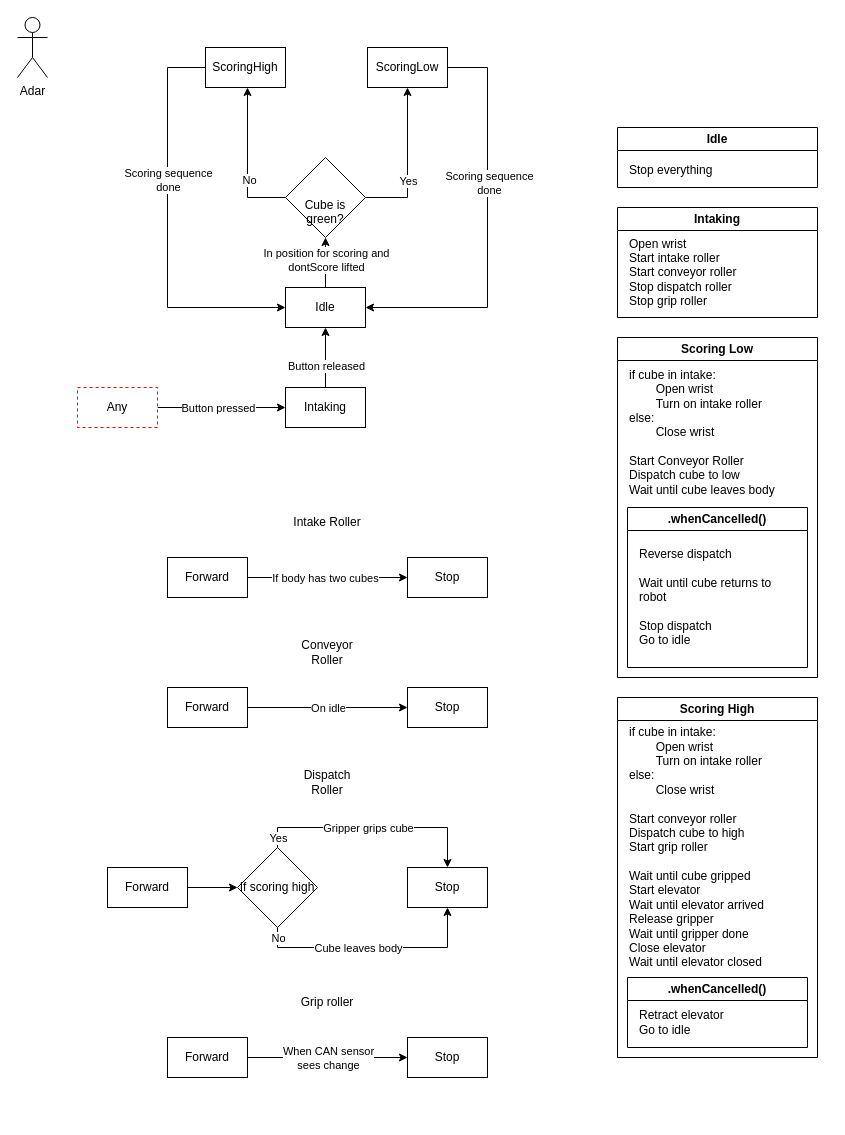
Above: files/RobotState.drawio in Galaxia5987/offseason-2026-charged-up (draw.io), before the change. Source tidied: cells renumbered, new cells numbered last; positions are measured from the earlier drawing's top-left corner, leaving out a move shared by most shapes. Both pictures are drawn from the tidied source at 100%, with x=0, y=0 at pixel (17, 17).
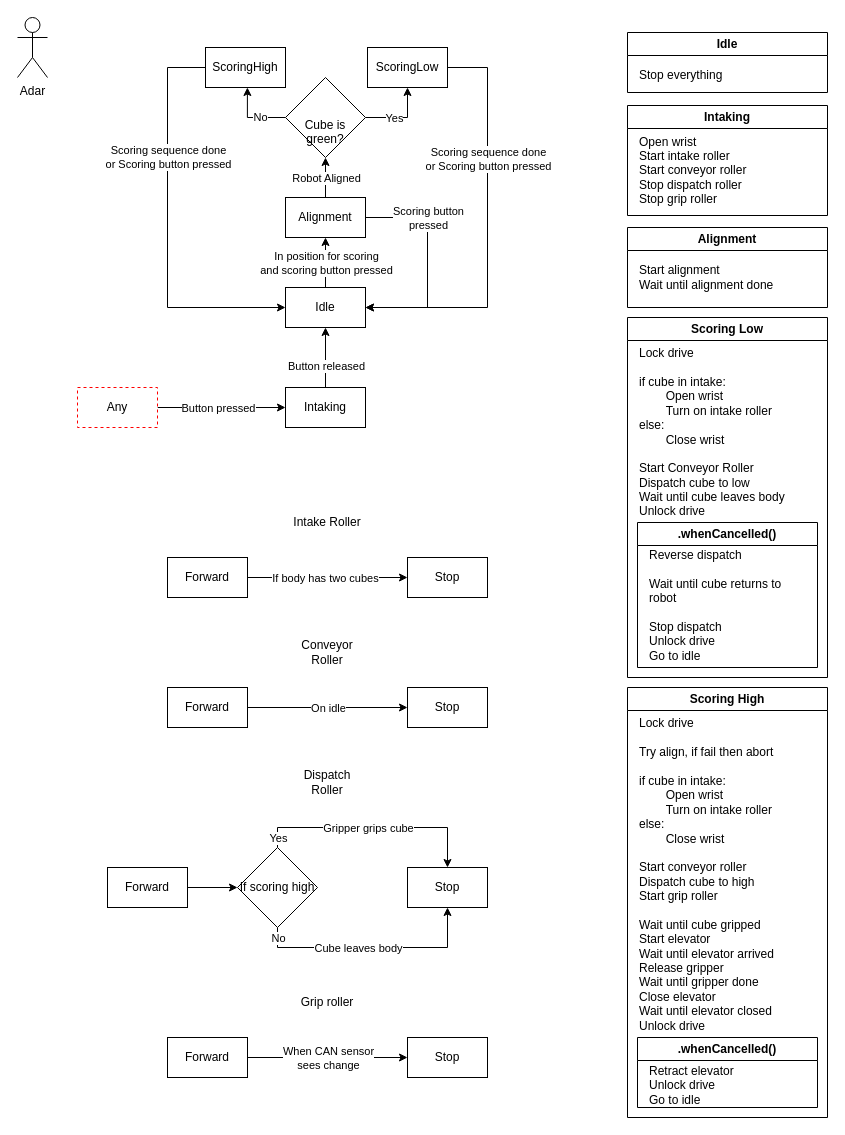
After the change.

Unchanged cells that the change refers to:
```xml
<mxCell id="4" value="Idle" style="rounded=0;whiteSpace=wrap;html=1;" parent="1" vertex="1">
  <mxGeometry x="268" y="270" width="80" height="40" as="geometry" />
</mxCell>
<mxCell id="5" style="edgeStyle=orthogonalEdgeStyle;rounded=0;jettySize=auto;html=1;entryX=1;entryY=0.5;entryDx=0;entryDy=0;" parent="1" edge="1" source="7" target="4">
  <mxGeometry relative="1" as="geometry">
    <Array as="points">
      <mxPoint x="470" y="50" />
      <mxPoint x="470" y="290" />
    </Array>
  </mxGeometry>
</mxCell>
<mxCell id="8" style="edgeStyle=orthogonalEdgeStyle;rounded=0;jettySize=auto;html=1;entryX=0;entryY=0.5;entryDx=0;entryDy=0;" parent="1" edge="1" source="10" target="4">
  <mxGeometry relative="1" as="geometry">
    <Array as="points">
      <mxPoint x="150" y="50" />
      <mxPoint x="150" y="290" />
    </Array>
  </mxGeometry>
</mxCell>
<mxCell id="10" value="ScoringHigh" style="rounded=0;whiteSpace=wrap;html=1;" parent="1" vertex="1">
  <mxGeometry x="188" y="30" width="80" height="40" as="geometry" />
</mxCell>
```

What changed in the source:
```diff
@@
-    <mxCell id="2" style="edgeStyle=orthogonalEdgeStyle;rounded=0;jettySize=auto;html=1;" parent="1" edge="1" source="4" target="19">
-      <mxGeometry relative="1" as="geometry" />
-    </mxCell>
-    <mxCell id="3" value="In position for scoring and&lt;div&gt;dontScore lifted&lt;/div&gt;" style="edgeLabel;html=1;align=center;verticalAlign=middle;" parent="2" vertex="1">
-      <mxGeometry x="0.1" relative="1" as="geometry" />
-    </mxCell>
+    <mxCell id="61" style="edgeStyle=orthogonalEdgeStyle;rounded=0;jettySize=auto;html=1;" parent="1" edge="1" source="4" target="69">
+      <mxGeometry relative="1" as="geometry" />
+    </mxCell>
+    <mxCell id="62" value="&lt;div&gt;In position for scoring&lt;/div&gt;&lt;div&gt;and scoring button pressed&lt;/div&gt;" style="edgeLabel;html=1;align=center;verticalAlign=middle;" parent="61" vertex="1">
+      <mxGeometry x="0.09" relative="1" as="geometry">
+        <mxPoint y="2" as="offset" />
+      </mxGeometry>
+    </mxCell>
@@
-    <mxCell id="6" value="Scoring sequence&lt;div&gt;done&lt;/div&gt;" style="edgeLabel;html=1;align=center;verticalAlign=middle;" parent="5" vertex="1">
-      <mxGeometry x="-0.23" y="1" relative="1" as="geometry" />
+    <mxCell id="6" value="&lt;div&gt;Scoring sequence&amp;nbsp;done&lt;/div&gt;&lt;div&gt;or Scoring button pressed&lt;/div&gt;" style="edgeLabel;html=1;align=center;verticalAlign=middle;" parent="5" vertex="1">
+      <mxGeometry x="-0.23" y="1" relative="1" as="geometry">
+        <mxPoint x="-1" y="-24" as="offset" />
+      </mxGeometry>
     </mxCell>
@@
-    <mxCell id="9" value="Scoring sequence&lt;div&gt;done&lt;/div&gt;" style="edgeLabel;html=1;align=center;verticalAlign=middle;" parent="8" vertex="1">
-      <mxGeometry x="-0.24" relative="1" as="geometry" />
+    <mxCell id="9" value="&lt;div&gt;Scoring sequence&amp;nbsp;done&lt;/div&gt;&lt;div&gt;or Scoring button pressed&lt;/div&gt;" style="edgeLabel;html=1;align=center;verticalAlign=middle;" parent="8" vertex="1">
+      <mxGeometry x="-0.24" relative="1" as="geometry">
+        <mxPoint y="-23" as="offset" />
+      </mxGeometry>
     </mxCell>
@@
     <mxCell id="17" style="edgeStyle=orthogonalEdgeStyle;rounded=0;jettySize=auto;html=1;" parent="1" edge="1" source="19" target="10">
       <mxGeometry relative="1" as="geometry">
         <Array as="points">
-          <mxPoint x="230" y="180" />
+          <mxPoint x="229.9" y="100" />
         </Array>
       </mxGeometry>
     </mxCell>
@@
     <mxCell id="19" value="&lt;div&gt;&lt;br&gt;&lt;/div&gt;&lt;div&gt;&lt;br&gt;&lt;/div&gt;&lt;div&gt;Cube is&lt;/div&gt;&lt;div&gt;green?&lt;/div&gt;" style="rhombus;whiteSpace=wrap;html=1;shapeInside=1;" parent="1" vertex="1">
-      <mxGeometry x="268" y="140" width="80" height="80" as="geometry" />
+      <mxGeometry x="268" y="60" width="80" height="80" as="geometry" />
     </mxCell>
@@
     <mxCell id="42" value="Intaking" style="swimlane;whiteSpace=wrap;html=1;" parent="1" vertex="1">
-      <mxGeometry x="600" y="190" width="200" height="110" as="geometry" />
+      <mxGeometry x="610" y="88" width="200" height="110" as="geometry" />
     </mxCell>
@@
     <mxCell id="44" value="Scoring Low" style="swimlane;whiteSpace=wrap;html=1;" parent="1" vertex="1">
-      <mxGeometry x="600" y="320" width="200" height="340" as="geometry" />
+      <mxGeometry x="610" y="300" width="200" height="360" as="geometry" />
     </mxCell>
-    <mxCell id="45" value="if cube in intake:&lt;div&gt;&lt;span style=&quot;white-space: pre;&quot;&gt;&#9;&lt;/span&gt;Open wrist&lt;/div&gt;&lt;div&gt;&lt;span style=&quot;white-space: pre;&quot;&gt;&#9;&lt;/span&gt;Turn on intake roller&lt;/div&gt;&lt;div&gt;else:&lt;br&gt;&lt;div&gt;&lt;span style=&quot;white-space: pre;&quot;&gt;&#9;&lt;/span&gt;Close wrist&lt;/div&gt;&lt;div&gt;&lt;br&gt;&lt;/div&gt;&lt;div&gt;Start Conveyor Roller&lt;/div&gt;&lt;div&gt;Dispatch cube to low&lt;/div&gt;&lt;div&gt;Wait until cube leaves body&lt;/div&gt;&lt;/div&gt;" style="text;html=1;whiteSpace=wrap;strokeColor=none;fillColor=none;align=left;verticalAlign=middle;rounded=0;" parent="44" vertex="1">
-      <mxGeometry x="10" y="30" width="180" height="130" as="geometry" />
+    <mxCell id="45" value="&lt;div&gt;Lock drive&lt;/div&gt;&lt;div&gt;&lt;br&gt;&lt;/div&gt;&lt;div&gt;if cube in intake:&lt;/div&gt;&lt;div&gt;&lt;span style=&quot;white-space: pre;&quot;&gt;&#9;&lt;/span&gt;Open wrist&lt;/div&gt;&lt;div&gt;&lt;span style=&quot;white-space: pre;&quot;&gt;&#9;&lt;/span&gt;Turn on intake roller&lt;/div&gt;&lt;div&gt;else:&lt;br&gt;&lt;div&gt;&lt;span style=&quot;white-space: pre;&quot;&gt;&#9;&lt;/span&gt;Close wrist&lt;/div&gt;&lt;div&gt;&lt;br&gt;&lt;/div&gt;&lt;div&gt;Start Conveyor Roller&lt;/div&gt;&lt;div&gt;Dispatch cube to low&lt;/div&gt;&lt;div&gt;Wait until cube leaves body&lt;/div&gt;&lt;div&gt;Unlock drive&lt;/div&gt;&lt;/div&gt;" style="text;html=1;whiteSpace=wrap;strokeColor=none;fillColor=none;align=left;verticalAlign=middle;rounded=0;" parent="44" vertex="1">
+      <mxGeometry x="10" y="30" width="180" height="170" as="geometry" />
     </mxCell>
     <mxCell id="46" value=".whenCancelled()" style="swimlane;whiteSpace=wrap;html=1;" parent="44" vertex="1">
-      <mxGeometry x="10" y="170" width="180" height="160" as="geometry" />
+      <mxGeometry x="10" y="205" width="180" height="145" as="geometry" />
     </mxCell>
-    <mxCell id="47" value="&lt;div&gt;&lt;span style=&quot;background-color: transparent; color: light-dark(rgb(0, 0, 0), rgb(255, 255, 255));&quot;&gt;Reverse dispatch&lt;/span&gt;&lt;/div&gt;&lt;div&gt;&lt;br&gt;&lt;div&gt;Wait until cube returns to robot&lt;/div&gt;&lt;div&gt;&lt;br&gt;&lt;/div&gt;&lt;div&gt;Stop dispatch&lt;/div&gt;&lt;/div&gt;&lt;div&gt;Go to idle&lt;/div&gt;" style="text;html=1;whiteSpace=wrap;strokeColor=none;fillColor=none;align=left;verticalAlign=middle;rounded=0;" parent="46" vertex="1">
-      <mxGeometry x="10" y="30" width="160" height="120" as="geometry" />
+    <mxCell id="47" value="&lt;div&gt;&lt;span style=&quot;background-color: transparent; color: light-dark(rgb(0, 0, 0), rgb(255, 255, 255));&quot;&gt;Reverse dispatch&lt;/span&gt;&lt;/div&gt;&lt;div&gt;&lt;br&gt;&lt;div&gt;Wait until cube returns to robot&lt;/div&gt;&lt;div&gt;&lt;br&gt;&lt;/div&gt;&lt;div&gt;Stop dispatch&lt;/div&gt;&lt;div&gt;Unlock drive&lt;/div&gt;&lt;/div&gt;&lt;div&gt;Go to idle&lt;/div&gt;" style="text;html=1;whiteSpace=wrap;strokeColor=none;fillColor=none;align=left;verticalAlign=middle;rounded=0;" parent="46" vertex="1">
+      <mxGeometry x="10" y="15" width="160" height="135" as="geometry" />
     </mxCell>
@@
     <mxCell id="55" value="Scoring High" style="swimlane;whiteSpace=wrap;html=1;" parent="1" vertex="1">
-      <mxGeometry x="600" y="680" width="200" height="360" as="geometry" />
+      <mxGeometry x="610" y="670" width="200" height="430" as="geometry" />
     </mxCell>
-    <mxCell id="56" value="if cube in intake:&lt;div&gt;&lt;span style=&quot;white-space: pre;&quot;&gt;&#9;&lt;/span&gt;Open wrist&lt;br&gt;&lt;/div&gt;&lt;div&gt;&lt;span style=&quot;white-space: pre;&quot;&gt;&#9;&lt;/span&gt;Turn on intake roller&lt;br&gt;&lt;/div&gt;&lt;div&gt;else:&lt;/div&gt;&lt;div&gt;&lt;span style=&quot;white-space: pre;&quot;&gt;&#9;&lt;/span&gt;Close wrist&lt;br&gt;&lt;/div&gt;&lt;div&gt;&lt;br&gt;&lt;/div&gt;&lt;div&gt;Start conveyor roller&lt;/div&gt;&lt;div&gt;Dispatch cube to high&lt;/div&gt;&lt;div&gt;Start grip roller&lt;/div&gt;&lt;div&gt;&lt;br&gt;&lt;/div&gt;&lt;div&gt;Wait until cube gripped&lt;/div&gt;&lt;div&gt;Start elevator&lt;/div&gt;&lt;div&gt;Wait until elevator arrived&lt;/div&gt;&lt;div&gt;Release gripper&lt;/div&gt;&lt;div&gt;Wait until gripper done&lt;/div&gt;&lt;div&gt;Close elevator&lt;/div&gt;&lt;div&gt;Wait until elevator closed&lt;/div&gt;" style="text;html=1;whiteSpace=wrap;strokeColor=none;fillColor=none;align=left;verticalAlign=middle;rounded=0;" parent="55" vertex="1">
-      <mxGeometry x="10" y="30" width="180" height="240" as="geometry" />
+    <mxCell id="56" value="&lt;div&gt;&lt;br&gt;&lt;/div&gt;&lt;div&gt;Lock drive&lt;/div&gt;&lt;div&gt;&lt;br&gt;&lt;/div&gt;&lt;div&gt;Try align, if fail then abort&lt;/div&gt;&lt;div&gt;&lt;br&gt;&lt;/div&gt;&lt;div&gt;if cube in intake:&lt;/div&gt;&lt;div&gt;&lt;span style=&quot;white-space: pre;&quot;&gt;&#9;&lt;/span&gt;Open wrist&lt;br&gt;&lt;/div&gt;&lt;div&gt;&lt;span style=&quot;white-space: pre;&quot;&gt;&#9;&lt;/span&gt;Turn on intake roller&lt;br&gt;&lt;/div&gt;&lt;div&gt;else:&lt;/div&gt;&lt;div&gt;&lt;span style=&quot;white-space: pre;&quot;&gt;&#9;&lt;/span&gt;Close wrist&lt;br&gt;&lt;/div&gt;&lt;div&gt;&lt;br&gt;&lt;/div&gt;&lt;div&gt;Start conveyor roller&lt;/div&gt;&lt;div&gt;Dispatch cube to high&lt;/div&gt;&lt;div&gt;Start grip roller&lt;/div&gt;&lt;div&gt;&lt;br&gt;&lt;/div&gt;&lt;div&gt;Wait until cube gripped&lt;/div&gt;&lt;div&gt;Start elevator&lt;/div&gt;&lt;div&gt;Wait until elevator arrived&lt;/div&gt;&lt;div&gt;Release gripper&lt;/div&gt;&lt;div&gt;Wait until gripper done&lt;/div&gt;&lt;div&gt;Close elevator&lt;/div&gt;&lt;div&gt;Wait until elevator closed&lt;/div&gt;&lt;div&gt;Unlock drive&lt;/div&gt;" style="text;html=1;whiteSpace=wrap;strokeColor=none;fillColor=none;align=left;verticalAlign=middle;rounded=0;" parent="55" vertex="1">
+      <mxGeometry x="10" y="20" width="180" height="320" as="geometry" />
     </mxCell>
     <mxCell id="57" value=".whenCancelled()" style="swimlane;whiteSpace=wrap;html=1;" parent="55" vertex="1">
-      <mxGeometry x="10" y="280" width="180" height="70" as="geometry" />
+      <mxGeometry x="10" y="350" width="180" height="70" as="geometry" />
     </mxCell>
-    <mxCell id="58" value="Retract elevator&lt;br&gt;Go to idle" style="text;html=1;whiteSpace=wrap;strokeColor=none;fillColor=none;align=left;verticalAlign=middle;rounded=0;" parent="57" vertex="1">
-      <mxGeometry x="10" y="30" width="160" height="30" as="geometry" />
+    <mxCell id="58" value="&lt;div&gt;Retract elevator&lt;/div&gt;&lt;div&gt;Unlock drive&lt;/div&gt;Go to idle" style="text;html=1;whiteSpace=wrap;strokeColor=none;fillColor=none;align=left;verticalAlign=middle;rounded=0;" parent="57" vertex="1">
+      <mxGeometry x="10" y="25" width="160" height="45" as="geometry" />
     </mxCell>
     <mxCell id="59" value="Idle" style="swimlane;whiteSpace=wrap;html=1;" parent="1" vertex="1">
-      <mxGeometry x="600" y="110" width="200" height="60" as="geometry" />
+      <mxGeometry x="610" y="15" width="200" height="60" as="geometry" />
     </mxCell>
@@
+    <mxCell id="63" value="Alignment" style="swimlane;whiteSpace=wrap;html=1;" parent="1" vertex="1">
+      <mxGeometry x="610" y="210" width="200" height="80" as="geometry" />
+    </mxCell>
+    <mxCell id="64" value="&lt;div&gt;Start alignment&lt;/div&gt;&lt;div&gt;Wait until alignment done&lt;/div&gt;" style="text;html=1;whiteSpace=wrap;strokeColor=none;fillColor=none;align=left;verticalAlign=middle;rounded=0;" parent="63" vertex="1">
+      <mxGeometry x="10" y="30" width="180" height="40" as="geometry" />
+    </mxCell>
+    <mxCell id="65" style="edgeStyle=orthogonalEdgeStyle;rounded=0;jettySize=auto;html=1;" parent="1" edge="1" source="69" target="19">
+      <mxGeometry relative="1" as="geometry" />
+    </mxCell>
+    <mxCell id="66" value="Robot Aligned" style="edgeLabel;html=1;align=center;verticalAlign=middle;" parent="65" vertex="1">
+      <mxGeometry x="-0.31" y="1" relative="1" as="geometry">
+        <mxPoint x="1" y="-6" as="offset" />
+      </mxGeometry>
+    </mxCell>
+    <mxCell id="67" style="edgeStyle=orthogonalEdgeStyle;rounded=0;jettySize=auto;html=1;entryX=1;entryY=0.5;entryDx=0;entryDy=0;" parent="1" edge="1" source="69" target="4">
+      <mxGeometry relative="1" as="geometry">
+        <Array as="points">
+          <mxPoint x="410" y="200" />
+          <mxPoint x="410" y="290" />
+        </Array>
+      </mxGeometry>
+    </mxCell>
+    <mxCell id="68" value="&lt;div&gt;Scoring button&lt;/div&gt;&lt;div&gt;pressed&lt;/div&gt;" style="edgeLabel;html=1;align=center;verticalAlign=middle;" parent="67" vertex="1">
+      <mxGeometry x="0.01" y="1" relative="1" as="geometry">
+        <mxPoint x="-1" y="-46" as="offset" />
+      </mxGeometry>
+    </mxCell>
+    <mxCell id="69" value="Alignment" style="rounded=0;whiteSpace=wrap;html=1;" parent="1" vertex="1">
+      <mxGeometry x="268" y="180" width="80" height="40" as="geometry" />
+    </mxCell>
```
